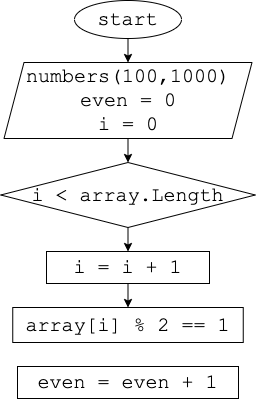
Before: Homework5/Homework001/diagram.drawio.png, a diagram exported from draw.io (Babamuratov/Homework). Source tidied: cells renumbered, new cells last; positions are measured from the earlier drawing's top-left corner, leaving out a move shared by most shapes.
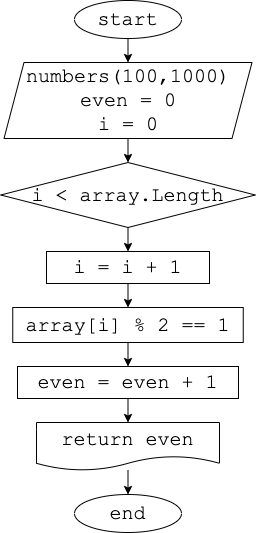
The same file after the commit.

Commit message:
Добавлена блок-схема

Change to the diagram source:
```diff
@@ -26,11 +26,26 @@
     <mxCell id="9" value="i = i + 1" style="rounded=0;whiteSpace=wrap;html=1;fontFamily=Courier New;fontSize=20;" parent="1" vertex="1">
       <mxGeometry x="46" y="251" width="163" height="32" as="geometry" />
     </mxCell>
+    <mxCell id="12" style="edgeStyle=none;html=1;entryX=0.5;entryY=0;entryDx=0;entryDy=0;fontFamily=Courier New;fontSize=20;" parent="1" edge="1" source="10" target="11">
+      <mxGeometry relative="1" as="geometry" />
+    </mxCell>
     <mxCell id="10" value="array[i] % 2 == 1" style="rounded=0;whiteSpace=wrap;html=1;fontFamily=Courier New;fontSize=20;" parent="1" vertex="1">
       <mxGeometry x="12.2" y="307" width="230.5" height="35" as="geometry" />
     </mxCell>
+    <mxCell id="13" style="edgeStyle=none;html=1;fontFamily=Courier New;fontSize=20;" parent="1" edge="1" source="11" target="15">
+      <mxGeometry relative="1" as="geometry" />
+    </mxCell>
     <mxCell id="11" value="even = even + 1" style="rounded=0;whiteSpace=wrap;html=1;fontFamily=Courier New;fontSize=20;" parent="1" vertex="1">
       <mxGeometry x="17" y="366" width="221" height="32" as="geometry" />
     </mxCell>
+    <mxCell id="14" style="edgeStyle=none;html=1;fontFamily=Courier New;fontSize=20;" parent="1" edge="1" source="15" target="16">
+      <mxGeometry relative="1" as="geometry" />
+    </mxCell>
+    <mxCell id="15" value="return even" style="shape=document;whiteSpace=wrap;html=1;boundedLbl=1;fontFamily=Courier New;fontSize=20;" parent="1" vertex="1">
+      <mxGeometry x="36" y="422" width="183" height="48" as="geometry" />
+    </mxCell>
+    <mxCell id="16" value="end" style="ellipse;whiteSpace=wrap;html=1;fontSize=20;fontFamily=Courier New;" parent="1" vertex="1">
+      <mxGeometry x="74" y="494" width="107" height="38" as="geometry" />
+    </mxCell>
   </root>
 </mxGraphModel>
```
